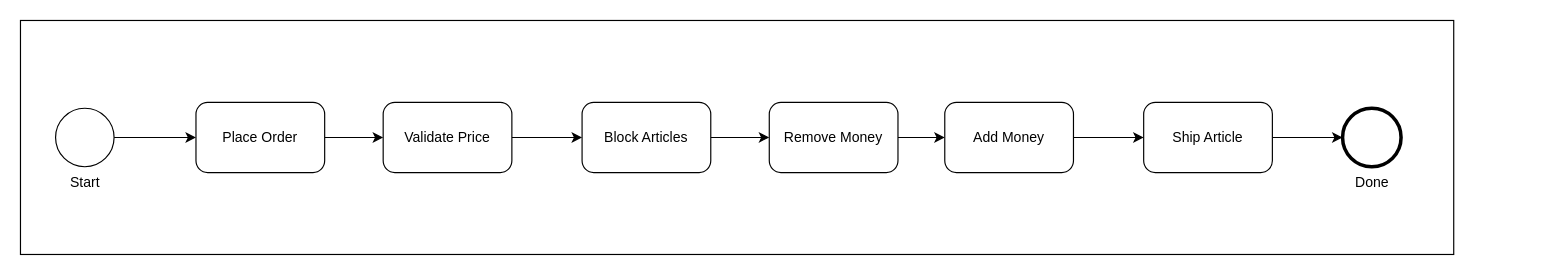
Above: figures/SimplifiedBusinessProcess.drawio in RichardWerner173134/Masterarbeit-Latex (draw.io), before the change. Source tidied: cells renumbered, new cells numbered last; positions are measured from the earlier drawing's top-left corner, leaving out a move shared by most shapes. Both pictures are drawn from the tidied source at 117%, with x=0, y=0 at pixel (20, 20).
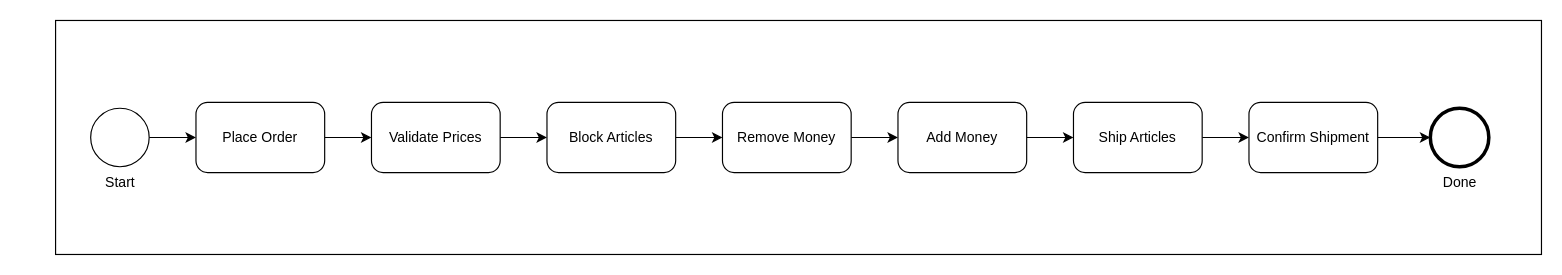
After the change.

Diff of the diagram source:
```diff
@@
 <mxGraphModel>
   <root>
     <mxCell id="0" />
     <mxCell id="1" parent="0" />
     <mxCell id="2" style="rounded=0;whiteSpace=wrap;html=1;" parent="1" vertex="1">
-      <mxGeometry width="1225" height="200" as="geometry" />
+      <mxGeometry x="30" width="1270" height="200" as="geometry" />
     </mxCell>
     <mxCell id="3" style="edgeStyle=orthogonalEdgeStyle;rounded=0;jettySize=auto;html=1;entryX=0;entryY=0.5;entryDx=0;entryDy=0;entryPerimeter=0;" parent="1" edge="1" source="4" target="6">
       <mxGeometry relative="1" as="geometry" />
     </mxCell>
     <mxCell id="4" value="Place Order" style="points=[[0.25,0,0],[0.5,0,0],[0.75,0,0],[1,0.25,0],[1,0.5,0],[1,0.75,0],[0.75,1,0],[0.5,1,0],[0.25,1,0],[0,0.75,0],[0,0.5,0],[0,0.25,0]];shape=mxgraph.bpmn.task;whiteSpace=wrap;rectStyle=rounded;size=10;html=1;taskMarker=abstract;" parent="1" vertex="1">
       <mxGeometry x="150" y="70" width="110" height="60" as="geometry" />
     </mxCell>
     <mxCell id="5" style="edgeStyle=orthogonalEdgeStyle;rounded=0;jettySize=auto;html=1;entryX=0;entryY=0.5;entryDx=0;entryDy=0;entryPerimeter=0;" parent="1" edge="1" source="6" target="8">
       <mxGeometry relative="1" as="geometry" />
     </mxCell>
-    <mxCell id="6" value="Validate Price" style="points=[[0.25,0,0],[0.5,0,0],[0.75,0,0],[1,0.25,0],[1,0.5,0],[1,0.75,0],[0.75,1,0],[0.5,1,0],[0.25,1,0],[0,0.75,0],[0,0.5,0],[0,0.25,0]];shape=mxgraph.bpmn.task;whiteSpace=wrap;rectStyle=rounded;size=10;html=1;taskMarker=abstract;" parent="1" vertex="1">
-      <mxGeometry x="310" y="70" width="110" height="60" as="geometry" />
+    <mxCell id="6" value="Validate Prices" style="points=[[0.25,0,0],[0.5,0,0],[0.75,0,0],[1,0.25,0],[1,0.5,0],[1,0.75,0],[0.75,1,0],[0.5,1,0],[0.25,1,0],[0,0.75,0],[0,0.5,0],[0,0.25,0]];shape=mxgraph.bpmn.task;whiteSpace=wrap;rectStyle=rounded;size=10;html=1;taskMarker=abstract;" parent="1" vertex="1">
+      <mxGeometry x="300" y="70" width="110" height="60" as="geometry" />
     </mxCell>
     <mxCell id="7" style="edgeStyle=orthogonalEdgeStyle;rounded=0;jettySize=auto;html=1;entryX=0;entryY=0.5;entryDx=0;entryDy=0;entryPerimeter=0;" parent="1" edge="1" source="8" target="10">
       <mxGeometry relative="1" as="geometry" />
     </mxCell>
     <mxCell id="8" value="Block Articles" style="points=[[0.25,0,0],[0.5,0,0],[0.75,0,0],[1,0.25,0],[1,0.5,0],[1,0.75,0],[0.75,1,0],[0.5,1,0],[0.25,1,0],[0,0.75,0],[0,0.5,0],[0,0.25,0]];shape=mxgraph.bpmn.task;whiteSpace=wrap;rectStyle=rounded;size=10;html=1;taskMarker=abstract;" parent="1" vertex="1">
-      <mxGeometry x="480" y="70" width="110" height="60" as="geometry" />
+      <mxGeometry x="450" y="70" width="110" height="60" as="geometry" />
     </mxCell>
     <mxCell id="9" style="edgeStyle=orthogonalEdgeStyle;rounded=0;jettySize=auto;html=1;entryX=0;entryY=0.5;entryDx=0;entryDy=0;entryPerimeter=0;" parent="1" edge="1" source="10" target="12">
       <mxGeometry relative="1" as="geometry" />
     </mxCell>
     <mxCell id="10" value="Remove Money" style="points=[[0.25,0,0],[0.5,0,0],[0.75,0,0],[1,0.25,0],[1,0.5,0],[1,0.75,0],[0.75,1,0],[0.5,1,0],[0.25,1,0],[0,0.75,0],[0,0.5,0],[0,0.25,0]];shape=mxgraph.bpmn.task;whiteSpace=wrap;rectStyle=rounded;size=10;html=1;taskMarker=abstract;" parent="1" vertex="1">
-      <mxGeometry x="640" y="70" width="110" height="60" as="geometry" />
+      <mxGeometry x="600" y="70" width="110" height="60" as="geometry" />
     </mxCell>
     <mxCell id="11" style="edgeStyle=orthogonalEdgeStyle;rounded=0;jettySize=auto;html=1;entryX=0;entryY=0.5;entryDx=0;entryDy=0;entryPerimeter=0;" parent="1" edge="1" source="12" target="17">
       <mxGeometry relative="1" as="geometry" />
     </mxCell>
     <mxCell id="12" value="Add Money" style="points=[[0.25,0,0],[0.5,0,0],[0.75,0,0],[1,0.25,0],[1,0.5,0],[1,0.75,0],[0.75,1,0],[0.5,1,0],[0.25,1,0],[0,0.75,0],[0,0.5,0],[0,0.25,0]];shape=mxgraph.bpmn.task;whiteSpace=wrap;rectStyle=rounded;size=10;html=1;taskMarker=abstract;" parent="1" vertex="1">
-      <mxGeometry x="790" y="70" width="110" height="60" as="geometry" />
+      <mxGeometry x="750" y="70" width="110" height="60" as="geometry" />
     </mxCell>
-    <mxCell id="13" style="edgeStyle=orthogonalEdgeStyle;rounded=0;jettySize=auto;html=1;entryX=0;entryY=0.5;entryDx=0;entryDy=0;entryPerimeter=0;exitX=1;exitY=0.5;exitDx=0;exitDy=0;exitPerimeter=0;" parent="1" edge="1" source="17" target="14">
-      <mxGeometry relative="1" as="geometry" />
-    </mxCell>
-    <mxCell id="14" value="Done" style="points=[[0.145,0.145,0],[0.5,0,0],[0.855,0.145,0],[1,0.5,0],[0.855,0.855,0],[0.5,1,0],[0.145,0.855,0],[0,0.5,0]];shape=mxgraph.bpmn.event;html=1;verticalLabelPosition=bottom;labelBackgroundColor=#ffffff;verticalAlign=top;align=center;perimeter=ellipsePerimeter;outlineConnect=0;outline=end;symbol=terminate2;" parent="1" vertex="1">
-      <mxGeometry x="1130" y="75" width="50" height="50" as="geometry" />
-    </mxCell>
     <mxCell id="15" style="edgeStyle=orthogonalEdgeStyle;rounded=0;jettySize=auto;html=1;entryX=0;entryY=0.5;entryDx=0;entryDy=0;entryPerimeter=0;" parent="1" edge="1" source="16" target="4">
       <mxGeometry relative="1" as="geometry" />
     </mxCell>
     <mxCell id="16" value="Start" style="points=[[0.145,0.145,0],[0.5,0,0],[0.855,0.145,0],[1,0.5,0],[0.855,0.855,0],[0.5,1,0],[0.145,0.855,0],[0,0.5,0]];shape=mxgraph.bpmn.event;html=1;verticalLabelPosition=bottom;labelBackgroundColor=#ffffff;verticalAlign=top;align=center;perimeter=ellipsePerimeter;outlineConnect=0;outline=standard;symbol=general;" parent="1" vertex="1">
-      <mxGeometry x="30" y="75" width="50" height="50" as="geometry" />
+      <mxGeometry x="60" y="75" width="50" height="50" as="geometry" />
     </mxCell>
+    <mxCell id="18" style="edgeStyle=orthogonalEdgeStyle;rounded=0;jettySize=auto;html=1;" parent="1" edge="1" source="17" target="20">
+      <mxGeometry relative="1" as="geometry" />
+    </mxCell>
-    <mxCell id="17" value="Ship Article" style="points=[[0.25,0,0],[0.5,0,0],[0.75,0,0],[1,0.25,0],[1,0.5,0],[1,0.75,0],[0.75,1,0],[0.5,1,0],[0.25,1,0],[0,0.75,0],[0,0.5,0],[0,0.25,0]];shape=mxgraph.bpmn.task;whiteSpace=wrap;rectStyle=rounded;size=10;html=1;taskMarker=abstract;" parent="1" vertex="1">
-      <mxGeometry x="960" y="70" width="110" height="60" as="geometry" />
+    <mxCell id="17" value="Ship Articles" style="points=[[0.25,0,0],[0.5,0,0],[0.75,0,0],[1,0.25,0],[1,0.5,0],[1,0.75,0],[0.75,1,0],[0.5,1,0],[0.25,1,0],[0,0.75,0],[0,0.5,0],[0,0.25,0]];shape=mxgraph.bpmn.task;whiteSpace=wrap;rectStyle=rounded;size=10;html=1;taskMarker=abstract;" parent="1" vertex="1">
+      <mxGeometry x="900" y="70" width="110" height="60" as="geometry" />
     </mxCell>
+    <mxCell id="19" style="edgeStyle=orthogonalEdgeStyle;rounded=0;jettySize=auto;html=1;entryX=0;entryY=0.5;entryDx=0;entryDy=0;entryPerimeter=0;" parent="1" edge="1" source="20" target="14">
+      <mxGeometry relative="1" as="geometry" />
+    </mxCell>
+    <mxCell id="20" value="Confirm Shipment" style="points=[[0.25,0,0],[0.5,0,0],[0.75,0,0],[1,0.25,0],[1,0.5,0],[1,0.75,0],[0.75,1,0],[0.5,1,0],[0.25,1,0],[0,0.75,0],[0,0.5,0],[0,0.25,0]];shape=mxgraph.bpmn.task;whiteSpace=wrap;rectStyle=rounded;size=10;html=1;taskMarker=abstract;" parent="1" vertex="1">
+      <mxGeometry x="1050" y="70" width="110" height="60" as="geometry" />
+    </mxCell>
+    <mxCell id="14" value="Done" style="points=[[0.145,0.145,0],[0.5,0,0],[0.855,0.145,0],[1,0.5,0],[0.855,0.855,0],[0.5,1,0],[0.145,0.855,0],[0,0.5,0]];shape=mxgraph.bpmn.event;html=1;verticalLabelPosition=bottom;labelBackgroundColor=#ffffff;verticalAlign=top;align=center;perimeter=ellipsePerimeter;outlineConnect=0;outline=standard;symbol=general;strokeWidth=3;" parent="1" vertex="1">
+      <mxGeometry x="1205" y="75" width="50" height="50" as="geometry" />
+    </mxCell>
   </root>
 </mxGraphModel>
```
